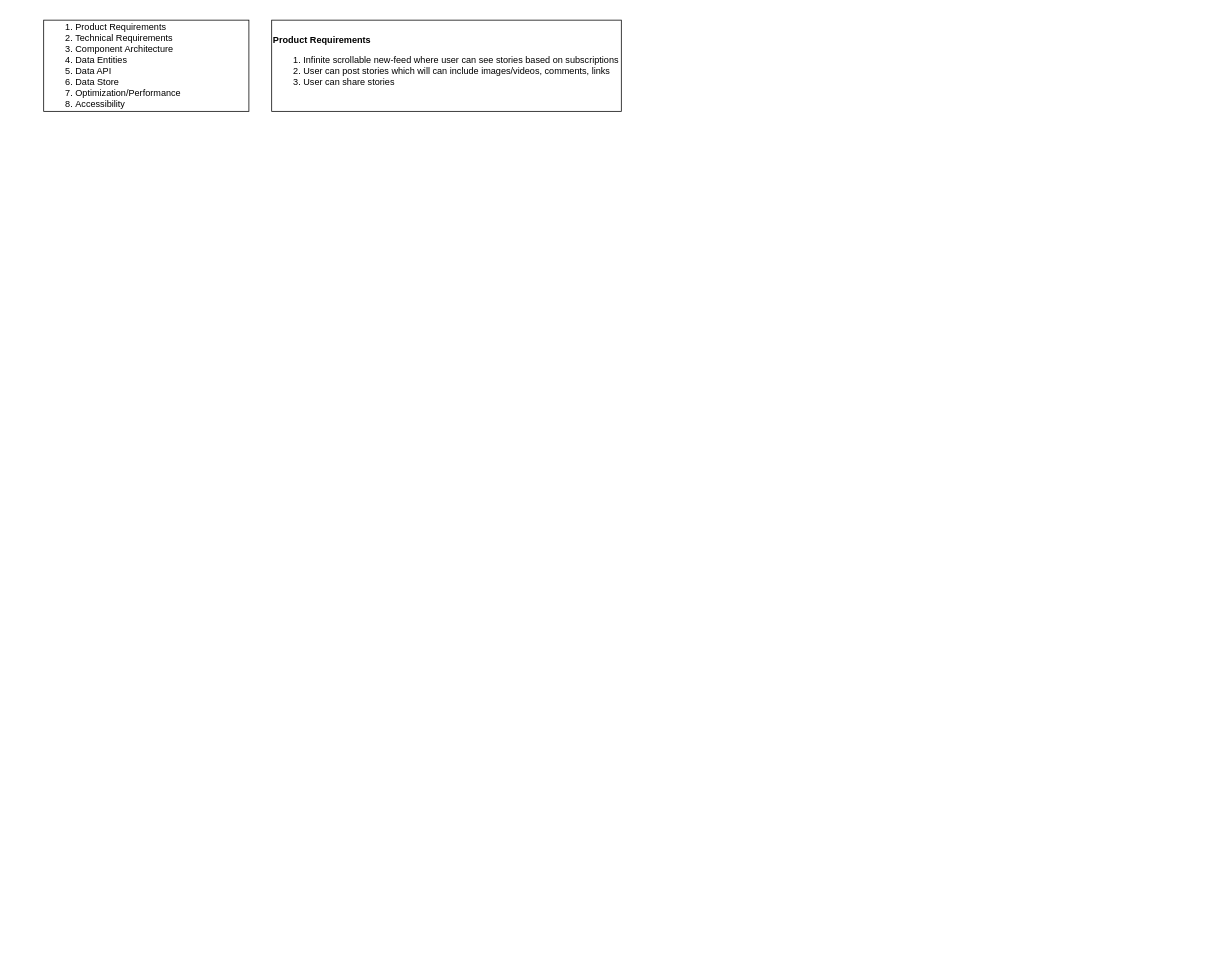
Earlier version of the draw.io diagram Facebook Newsfeed System design.drawio (david-kwan/frontend-system-design). Source tidied: cells renumbered, new cells numbered last; positions are measured from the earlier drawing's top-left corner, leaving out a move shared by most shapes. Both pictures are drawn from the tidied source at 76%, with x=0, y=0 at pixel (43, 20).
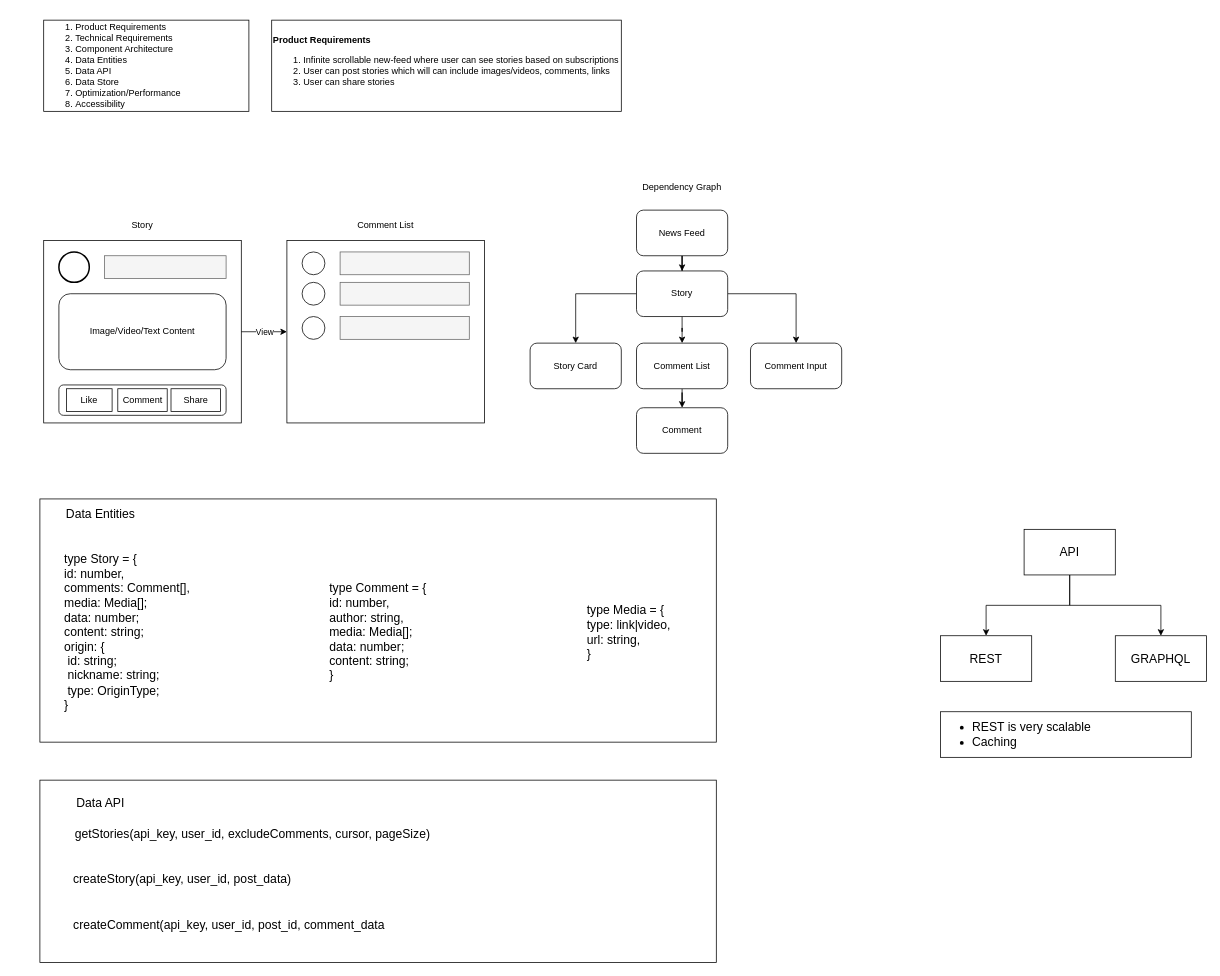
The same diagram, later.

Diff of the diagram source:
```diff
@@
+    <mxCell id="4" style="rounded=0;whiteSpace=wrap;html=1;" parent="1" vertex="1">
+      <mxGeometry y="290" width="260" height="240" as="geometry" />
+    </mxCell>
+    <mxCell id="5" style="rounded=0;whiteSpace=wrap;html=1;fillColor=#f5f5f5;strokeColor=#666666;fontColor=#333333;" parent="1" vertex="1">
+      <mxGeometry x="80" y="310" width="160" height="30" as="geometry" />
+    </mxCell>
+    <mxCell id="6" style="strokeWidth=2;html=1;shape=mxgraph.flowchart.start_2;whiteSpace=wrap;" parent="1" vertex="1">
+      <mxGeometry x="20" y="305" width="40" height="40" as="geometry" />
+    </mxCell>
+    <mxCell id="7" value="Image/Video/Text Content" style="rounded=1;whiteSpace=wrap;html=1;" parent="1" vertex="1">
+      <mxGeometry x="20" y="360" width="220" height="100" as="geometry" />
+    </mxCell>
+    <mxCell id="8" style="rounded=1;whiteSpace=wrap;html=1;" parent="1" vertex="1">
+      <mxGeometry x="20" y="480" width="220" height="40" as="geometry" />
+    </mxCell>
+    <mxCell id="9" value="Like" style="rounded=0;whiteSpace=wrap;html=1;" parent="1" vertex="1">
+      <mxGeometry x="30" y="485" width="60" height="30" as="geometry" />
+    </mxCell>
+    <mxCell id="10" value="Comment" style="rounded=0;whiteSpace=wrap;html=1;" parent="1" vertex="1">
+      <mxGeometry x="97.5" y="485" width="65" height="30" as="geometry" />
+    </mxCell>
+    <mxCell id="11" value="Share" style="rounded=0;whiteSpace=wrap;html=1;" parent="1" vertex="1">
+      <mxGeometry x="167.5" y="485" width="65" height="30" as="geometry" />
+    </mxCell>
+    <mxCell id="12" style="rounded=0;whiteSpace=wrap;html=1;" parent="1" vertex="1">
+      <mxGeometry x="320" y="290" width="260" height="240" as="geometry" />
+    </mxCell>
+    <mxCell id="13" style="ellipse;whiteSpace=wrap;html=1;" parent="1" vertex="1">
+      <mxGeometry x="340" y="305" width="30" height="30" as="geometry" />
+    </mxCell>
+    <mxCell id="14" style="rounded=0;whiteSpace=wrap;html=1;fillColor=#f5f5f5;strokeColor=#666666;fontColor=#333333;" parent="1" vertex="1">
+      <mxGeometry x="390" y="305" width="170" height="30" as="geometry" />
+    </mxCell>
+    <mxCell id="15" style="ellipse;whiteSpace=wrap;html=1;" parent="1" vertex="1">
+      <mxGeometry x="340" y="345" width="30" height="30" as="geometry" />
+    </mxCell>
+    <mxCell id="16" style="rounded=0;whiteSpace=wrap;html=1;fillColor=#f5f5f5;strokeColor=#666666;fontColor=#333333;" parent="1" vertex="1">
+      <mxGeometry x="390" y="345" width="170" height="30" as="geometry" />
+    </mxCell>
+    <mxCell id="17" style="ellipse;whiteSpace=wrap;html=1;" parent="1" vertex="1">
+      <mxGeometry x="340" y="390" width="30" height="30" as="geometry" />
+    </mxCell>
+    <mxCell id="18" style="rounded=0;whiteSpace=wrap;html=1;fillColor=#f5f5f5;strokeColor=#666666;fontColor=#333333;" parent="1" vertex="1">
+      <mxGeometry x="390" y="390" width="170" height="30" as="geometry" />
+    </mxCell>
+    <mxCell id="19" style="endArrow=classic;html=1;exitX=1;exitY=0.5;exitDx=0;exitDy=0;" parent="1" edge="1" source="4">
+      <mxGeometry relative="1" as="geometry">
+        <mxPoint x="320" y="410" as="targetPoint" />
+      </mxGeometry>
+    </mxCell>
+    <mxCell id="20" value="View" style="edgeLabel;html=1;align=center;verticalAlign=middle;" parent="19" vertex="1">
+      <mxGeometry relative="1" as="geometry" />
+    </mxCell>
+    <mxCell id="21" value="Story" style="text;html=1;strokeColor=none;fillColor=none;align=center;verticalAlign=middle;whiteSpace=wrap;rounded=0;" parent="1" vertex="1">
+      <mxGeometry x="70" y="260" width="120" height="20" as="geometry" />
+    </mxCell>
+    <mxCell id="22" value="Comment List" style="text;html=1;strokeColor=none;fillColor=none;align=center;verticalAlign=middle;whiteSpace=wrap;rounded=0;" parent="1" vertex="1">
+      <mxGeometry x="390" y="260" width="120" height="20" as="geometry" />
+    </mxCell>
+    <mxCell id="23" style="edgeStyle=orthogonalEdgeStyle;rounded=0;jettySize=auto;html=1;" parent="1" edge="1" source="24" target="28">
+      <mxGeometry relative="1" as="geometry" />
+    </mxCell>
+    <mxCell id="24" value="News Feed" style="rounded=1;whiteSpace=wrap;html=1;" parent="1" vertex="1">
+      <mxGeometry x="780" y="250" width="120" height="60" as="geometry" />
+    </mxCell>
+    <mxCell id="25" style="edgeStyle=orthogonalEdgeStyle;rounded=0;jettySize=auto;html=1;entryX=0.5;entryY=0;entryDx=0;entryDy=0;" parent="1" edge="1" source="28" target="32">
+      <mxGeometry relative="1" as="geometry" />
+    </mxCell>
+    <mxCell id="26" style="edgeStyle=orthogonalEdgeStyle;rounded=0;jettySize=auto;html=1;entryX=0.5;entryY=0;entryDx=0;entryDy=0;" parent="1" edge="1" source="28" target="31">
+      <mxGeometry relative="1" as="geometry" />
+    </mxCell>
+    <mxCell id="27" style="edgeStyle=orthogonalEdgeStyle;rounded=0;jettySize=auto;html=1;entryX=0.5;entryY=0;entryDx=0;entryDy=0;" parent="1" edge="1" source="28" target="30">
+      <mxGeometry relative="1" as="geometry" />
+    </mxCell>
+    <mxCell id="28" value="Story" style="rounded=1;whiteSpace=wrap;html=1;" parent="1" vertex="1">
+      <mxGeometry x="780" y="330" width="120" height="60" as="geometry" />
+    </mxCell>
+    <mxCell id="29" style="edgeStyle=orthogonalEdgeStyle;rounded=0;jettySize=auto;html=1;" parent="1" edge="1" source="30" target="33">
+      <mxGeometry relative="1" as="geometry" />
+    </mxCell>
+    <mxCell id="30" value="Comment List" style="rounded=1;whiteSpace=wrap;html=1;" parent="1" vertex="1">
+      <mxGeometry x="780" y="425" width="120" height="60" as="geometry" />
+    </mxCell>
+    <mxCell id="31" value="Comment Input" style="rounded=1;whiteSpace=wrap;html=1;" parent="1" vertex="1">
+      <mxGeometry x="930" y="425" width="120" height="60" as="geometry" />
+    </mxCell>
+    <mxCell id="32" value="Story Card" style="rounded=1;whiteSpace=wrap;html=1;" parent="1" vertex="1">
+      <mxGeometry x="640" y="425" width="120" height="60" as="geometry" />
+    </mxCell>
+    <mxCell id="33" value="Comment" style="rounded=1;whiteSpace=wrap;html=1;" parent="1" vertex="1">
+      <mxGeometry x="780" y="510" width="120" height="60" as="geometry" />
+    </mxCell>
+    <mxCell id="34" value="Dependency Graph" style="text;html=1;strokeColor=none;fillColor=none;align=center;verticalAlign=middle;whiteSpace=wrap;rounded=0;" parent="1" vertex="1">
+      <mxGeometry x="770" y="210" width="140" height="20" as="geometry" />
+    </mxCell>
+    <mxCell id="35" style="rounded=0;whiteSpace=wrap;html=1;fontSize=16;" parent="1" vertex="1">
+      <mxGeometry x="-5" y="630" width="890" height="320" as="geometry" />
+    </mxCell>
+    <mxCell id="36" value="Data Entities" style="text;html=1;strokeColor=none;fillColor=none;align=center;verticalAlign=middle;whiteSpace=wrap;rounded=0;fontSize=16;" parent="1" vertex="1">
+      <mxGeometry x="20" y="640" width="110" height="20" as="geometry" />
+    </mxCell>
+    <mxCell id="37" value="&lt;div style=&quot;text-align: left ; font-size: 16px&quot;&gt;&lt;span style=&quot;font-size: 16px&quot;&gt;type Media = {&lt;/span&gt;&lt;/div&gt;&lt;div style=&quot;text-align: left ; font-size: 16px&quot;&gt;&lt;span style=&quot;font-size: 16px&quot;&gt;type: link|video,&lt;/span&gt;&lt;/div&gt;&lt;div style=&quot;text-align: left ; font-size: 16px&quot;&gt;&lt;span style=&quot;font-size: 16px&quot;&gt;url: string,&lt;/span&gt;&lt;/div&gt;&lt;div style=&quot;text-align: left ; font-size: 16px&quot;&gt;}&lt;/div&gt;" style="text;html=1;strokeColor=none;fillColor=none;align=center;verticalAlign=middle;whiteSpace=wrap;rounded=0;fontSize=16;" parent="1" vertex="1">
+      <mxGeometry x="620" y="700" width="300" height="210" as="geometry" />
+    </mxCell>
+    <mxCell id="38" style="rounded=0;whiteSpace=wrap;html=1;fontSize=16;" parent="1" vertex="1">
+      <mxGeometry x="-5" y="1000" width="890" height="240" as="geometry" />
+    </mxCell>
+    <mxCell id="39" value="Data API" style="text;html=1;strokeColor=none;fillColor=none;align=center;verticalAlign=middle;whiteSpace=wrap;rounded=0;fontSize=16;" parent="1" vertex="1">
+      <mxGeometry x="20" y="1020" width="110" height="20" as="geometry" />
+    </mxCell>
+    <mxCell id="40" value="&lt;div style=&quot;text-align: left; font-size: 16px;&quot;&gt;&lt;span style=&quot;font-size: 16px;&quot;&gt;type Story = {&lt;/span&gt;&lt;/div&gt;&lt;div style=&quot;text-align: left; font-size: 16px;&quot;&gt;&lt;span style=&quot;font-size: 16px;&quot;&gt;id: number,&lt;/span&gt;&lt;/div&gt;&lt;div style=&quot;text-align: left; font-size: 16px;&quot;&gt;&lt;span style=&quot;font-size: 16px;&quot;&gt;comments: Comment[],&lt;/span&gt;&lt;/div&gt;&lt;div style=&quot;text-align: left; font-size: 16px;&quot;&gt;&lt;span style=&quot;font-size: 16px;&quot;&gt;media: Media[];&lt;/span&gt;&lt;/div&gt;&lt;div style=&quot;text-align: left; font-size: 16px;&quot;&gt;&lt;span style=&quot;font-size: 16px;&quot;&gt;data: number;&lt;/span&gt;&lt;/div&gt;&lt;div style=&quot;text-align: left; font-size: 16px;&quot;&gt;&lt;span style=&quot;font-size: 16px;&quot;&gt;content: string;&lt;/span&gt;&lt;/div&gt;&lt;div style=&quot;text-align: left; font-size: 16px;&quot;&gt;&lt;span style=&quot;font-size: 16px;&quot;&gt;origin: {&lt;/span&gt;&lt;/div&gt;&lt;div style=&quot;text-align: left; font-size: 16px;&quot;&gt;&lt;span style=&quot;font-size: 16px;&quot;&gt;&lt;span style=&quot;white-space: pre; font-size: 16px;&quot;&gt; &lt;/span&gt;id: string;&lt;br style=&quot;font-size: 16px;&quot;&gt;&lt;/span&gt;&lt;/div&gt;&lt;div style=&quot;text-align: left; font-size: 16px;&quot;&gt;&lt;span style=&quot;font-size: 16px;&quot;&gt;&lt;span style=&quot;white-space: pre; font-size: 16px;&quot;&gt; &lt;/span&gt;nickname: string;&lt;br style=&quot;font-size: 16px;&quot;&gt;&lt;/span&gt;&lt;/div&gt;&lt;div style=&quot;text-align: left; font-size: 16px;&quot;&gt;&lt;span style=&quot;font-size: 16px;&quot;&gt;&lt;span style=&quot;white-space: pre; font-size: 16px;&quot;&gt; &lt;/span&gt;type: OriginType;&lt;br style=&quot;font-size: 16px;&quot;&gt;&lt;/span&gt;&lt;/div&gt;&lt;div style=&quot;text-align: left; font-size: 16px;&quot;&gt;&lt;span style=&quot;font-size: 16px;&quot;&gt;}&lt;/span&gt;&lt;/div&gt;" style="text;html=1;strokeColor=none;fillColor=none;align=center;verticalAlign=middle;whiteSpace=wrap;rounded=0;fontSize=16;" parent="1" vertex="1">
+      <mxGeometry x="-40" y="700" width="300" height="210" as="geometry" />
+    </mxCell>
+    <mxCell id="41" value="&lt;div style=&quot;text-align: left; font-size: 16px;&quot;&gt;&lt;span style=&quot;font-size: 16px;&quot;&gt;type Comment = {&lt;/span&gt;&lt;/div&gt;&lt;div style=&quot;text-align: left; font-size: 16px;&quot;&gt;&lt;span style=&quot;font-size: 16px;&quot;&gt;id: number,&lt;/span&gt;&lt;/div&gt;&lt;div style=&quot;text-align: left; font-size: 16px;&quot;&gt;&lt;span style=&quot;font-size: 16px;&quot;&gt;author: string,&lt;/span&gt;&lt;/div&gt;&lt;div style=&quot;text-align: left; font-size: 16px;&quot;&gt;&lt;span style=&quot;font-size: 16px;&quot;&gt;media: Media[];&lt;/span&gt;&lt;/div&gt;&lt;div style=&quot;text-align: left; font-size: 16px;&quot;&gt;&lt;span style=&quot;font-size: 16px;&quot;&gt;data: number;&lt;/span&gt;&lt;/div&gt;&lt;div style=&quot;text-align: left; font-size: 16px;&quot;&gt;&lt;span style=&quot;font-size: 16px;&quot;&gt;content: string;&lt;/span&gt;&lt;/div&gt;&lt;div style=&quot;text-align: left; font-size: 16px;&quot;&gt;}&lt;/div&gt;" style="text;html=1;strokeColor=none;fillColor=none;align=center;verticalAlign=middle;whiteSpace=wrap;rounded=0;fontSize=16;" parent="1" vertex="1">
+      <mxGeometry x="290" y="700" width="300" height="210" as="geometry" />
+    </mxCell>
+    <mxCell id="42" value="getStories(api_key, user_id, excludeComments, cursor, pageSize)" style="text;html=1;strokeColor=none;fillColor=none;align=center;verticalAlign=middle;whiteSpace=wrap;rounded=0;fontSize=16;" parent="1" vertex="1">
+      <mxGeometry y="1040" width="550" height="60" as="geometry" />
+    </mxCell>
+    <mxCell id="43" value="createStory(api_key, user_id, post_data)" style="text;html=1;strokeColor=none;fillColor=none;align=center;verticalAlign=middle;whiteSpace=wrap;rounded=0;fontSize=16;" parent="1" vertex="1">
+      <mxGeometry x="-5" y="1100" width="375" height="60" as="geometry" />
+    </mxCell>
+    <mxCell id="44" value="createComment(api_key, user_id, post_id, comment_data" style="text;html=1;strokeColor=none;fillColor=none;align=center;verticalAlign=middle;whiteSpace=wrap;rounded=0;fontSize=16;" parent="1" vertex="1">
+      <mxGeometry x="-2" y="1160" width="492" height="60" as="geometry" />
+    </mxCell>
+    <mxCell id="45" style="edgeStyle=orthogonalEdgeStyle;rounded=0;jettySize=auto;html=1;fontSize=16;" parent="1" edge="1" source="47" target="48">
+      <mxGeometry relative="1" as="geometry" />
+    </mxCell>
+    <mxCell id="46" style="edgeStyle=orthogonalEdgeStyle;rounded=0;jettySize=auto;html=1;fontSize=16;" parent="1" edge="1" source="47" target="49">
+      <mxGeometry relative="1" as="geometry" />
+    </mxCell>
+    <mxCell id="47" value="API" style="rounded=0;whiteSpace=wrap;html=1;fontSize=16;" parent="1" vertex="1">
+      <mxGeometry x="1290" y="670" width="120" height="60" as="geometry" />
+    </mxCell>
+    <mxCell id="48" value="REST" style="rounded=0;whiteSpace=wrap;html=1;fontSize=16;" parent="1" vertex="1">
+      <mxGeometry x="1180" y="810" width="120" height="60" as="geometry" />
+    </mxCell>
+    <mxCell id="49" value="GRAPHQL" style="rounded=0;whiteSpace=wrap;html=1;fontSize=16;" parent="1" vertex="1">
+      <mxGeometry x="1410" y="810" width="120" height="60" as="geometry" />
+    </mxCell>
+    <mxCell id="50" value="&lt;ul&gt;&lt;li&gt;REST is very scalable&lt;/li&gt;&lt;li&gt;Caching&lt;/li&gt;&lt;/ul&gt;" style="rounded=0;whiteSpace=wrap;html=1;fontSize=16;align=left;" parent="1" vertex="1">
+      <mxGeometry x="1180" y="910" width="330" height="60" as="geometry" />
+    </mxCell>
```
